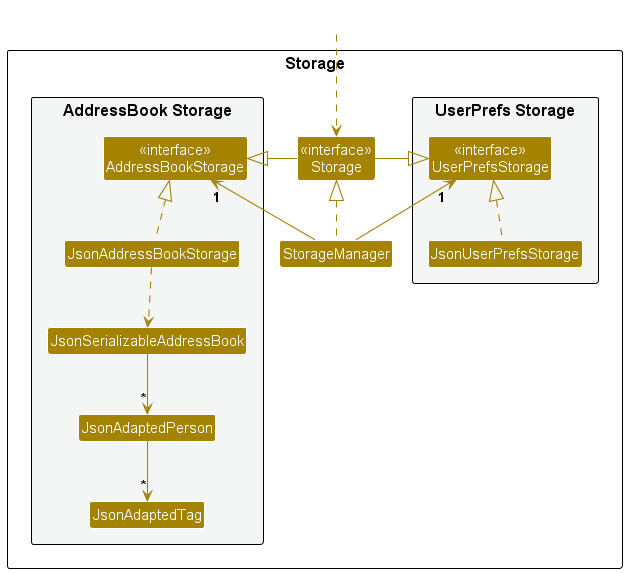
Before: docs/images/StorageClassDiagram.png, a diagram exported from PlantUML (nus-cs2103-AY2425S1/tp).
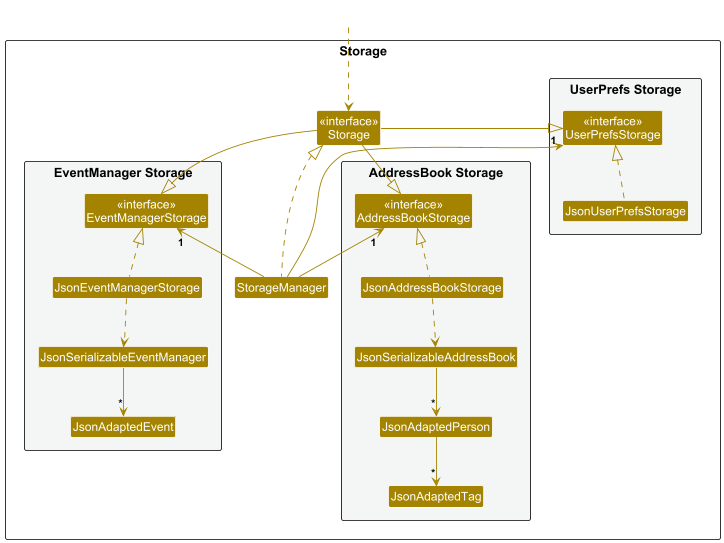
The same diagram one commit later.

Commit message:
Update UML Diagram and Developer Guide

What changed in the source:
```diff
@@ -22,6 +22,13 @@
 Class JsonAdaptedTag
 }
 
+package "EventManager Storage" #F4F6F6{
+Class "<<interface>>\nEventManagerStorage" as EventManagerStorage
+Class JsonEventManagerStorage
+Class JsonSerializableEventManager
+Class JsonAdaptedEvent
+}
+
 }
 
 Class HiddenOutside #FFFFFF
@@ -30,14 +37,21 @@
 StorageManager .up.|> Storage
 StorageManager -up-> "1" UserPrefsStorage
 StorageManager -up-> "1" AddressBookStorage
+StorageManager -up-> "1" EventManagerStorage
 
 Storage -left-|> UserPrefsStorage
 Storage -right-|> AddressBookStorage
+Storage -down-|> EventManagerStorage
 
 JsonUserPrefsStorage .up.|> UserPrefsStorage
 JsonAddressBookStorage .up.|> AddressBookStorage
+JsonEventManagerStorage .up.|> EventManagerStorage
+
 JsonAddressBookStorage ..> JsonSerializableAddressBook
 JsonSerializableAddressBook --> "*" JsonAdaptedPerson
 JsonAdaptedPerson --> "*" JsonAdaptedTag
 
+JsonEventManagerStorage ..> JsonSerializableEventManager
+JsonSerializableEventManager --> "*" JsonAdaptedEvent
+
 @enduml
```
